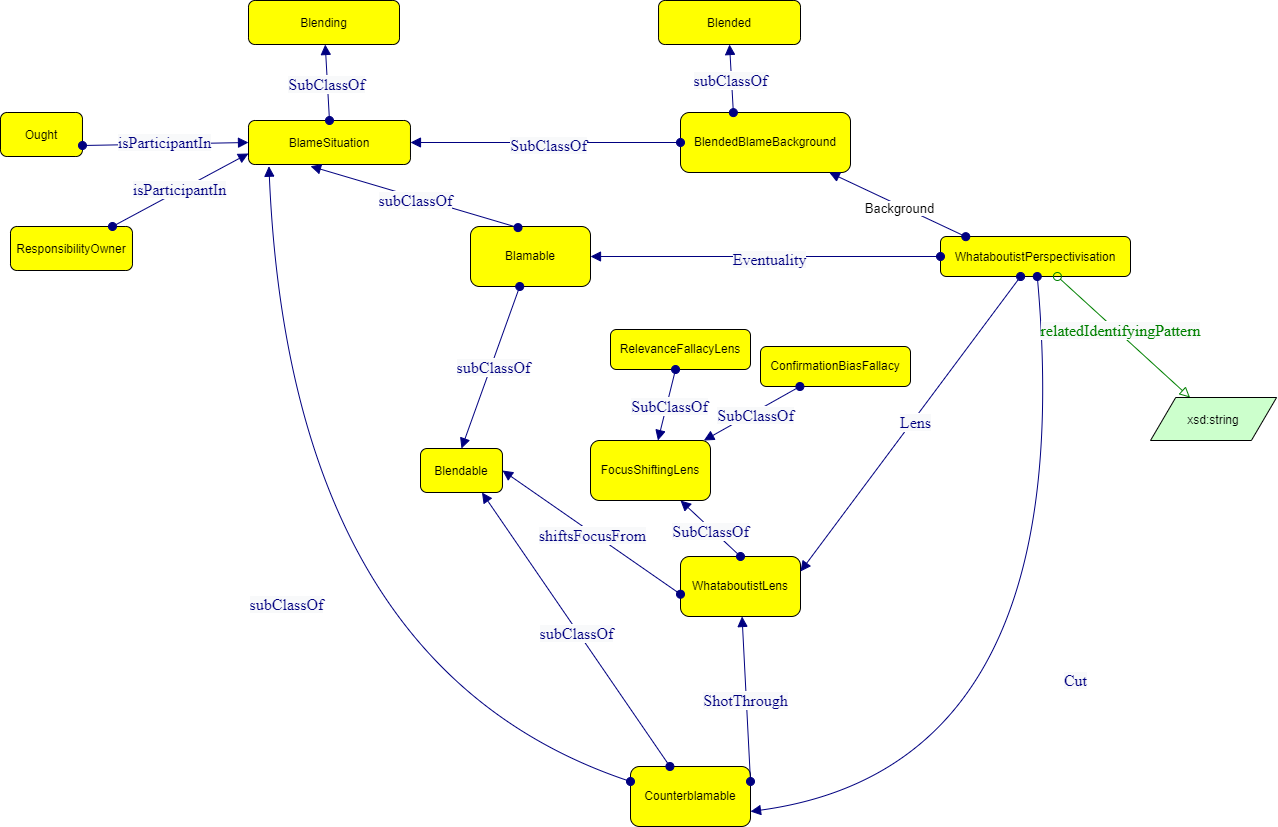
The draw.io diagram ontology_development/whata_ontology_core.drawio.png in Salvadana/whata_ontology, before a commit. Source tidied: cells renumbered, new cells last; positions are measured from the earlier drawing's top-left corner, leaving out a move shared by most shapes.
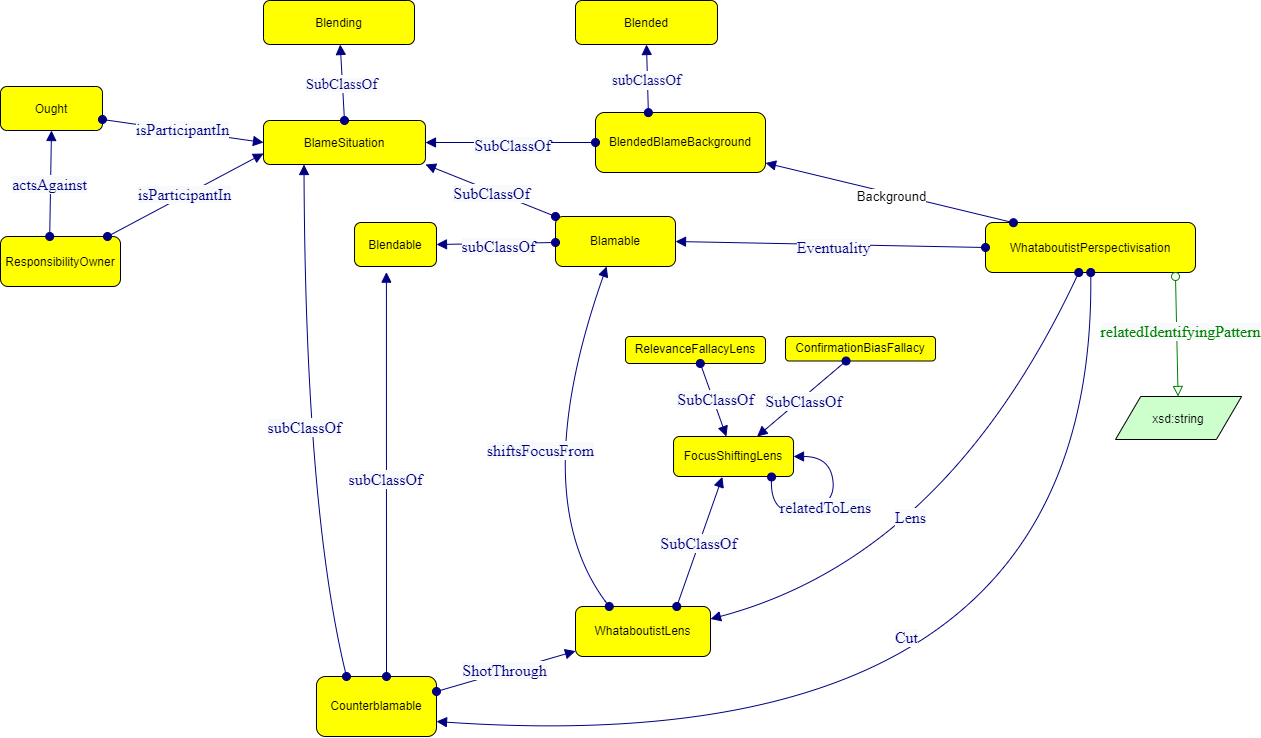
The same file after the commit.

The edit, as a diff of the source:
```diff
@@ -5,6 +5,6 @@
     <mxCell id="2" value="WhataboutistPerspectivisation" style="graphMlID=n4;shape=rect;rounded=1;arcsize=30;fillColor=#ffff00;strokeColor=#000000;strokeWidth=1.0;" parent="1" vertex="1">
-      <mxGeometry x="940" y="236" width="190" height="40" as="geometry" />
+      <mxGeometry x="970" y="222" width="210" height="50" as="geometry" />
     </mxCell>
     <mxCell id="3" value="Counterblamable" style="whiteSpace=wrap;html=1;fillColor=#ffff00;strokeColor=#000000;rounded=1;strokeWidth=1;" parent="1" vertex="1">
-      <mxGeometry x="630" y="766" width="120" height="60" as="geometry" />
+      <mxGeometry x="301" y="676" width="120" height="60" as="geometry" />
     </mxCell>
@@ -17,7 +17,7 @@
     </mxCell>
-    <mxCell id="5" value="&lt;font face=&quot;dialog&quot; color=&quot;#000080&quot;&gt;&lt;span style=&quot;font-size: 16px; background-color: rgb(248, 249, 250);&quot;&gt;Cut&lt;/span&gt;&lt;/font&gt;" style="text;html=1;align=center;verticalAlign=middle;labelBackgroundColor=#ffffff;" parent="4" vertex="1">
-      <mxGeometry x="-0.02" y="2" relative="1" as="geometry" />
+    <mxCell id="5" value="&lt;span style=&quot;color: rgb(0, 0, 128); font-family: dialog; font-size: 16px; background-color: rgb(248, 249, 250);&quot;&gt;Cut&lt;/span&gt;" style="edgeLabel;html=1;align=center;verticalAlign=middle;fontSize=14;" parent="4" vertex="1">
+      <mxGeometry x="0.2" y="-117" relative="1" as="geometry" />
     </mxCell>
     <mxCell id="6" value="Blamable" style="whiteSpace=wrap;html=1;fillColor=#ffff00;strokeColor=#000000;rounded=1;strokeWidth=1;" parent="1" vertex="1">
-      <mxGeometry x="470" y="226" width="120" height="60" as="geometry" />
+      <mxGeometry x="540" y="216" width="120" height="50" as="geometry" />
     </mxCell>
@@ -30,9 +30,13 @@
     <mxCell id="9" value="WhataboutistLens" style="whiteSpace=wrap;html=1;fillColor=#ffff00;strokeColor=#000000;rounded=1;strokeWidth=1;" parent="1" vertex="1">
-      <mxGeometry x="680" y="556" width="120" height="60" as="geometry" />
+      <mxGeometry x="560" y="606" width="135" height="50" as="geometry" />
     </mxCell>
     <mxCell id="10" style="graphMlID=e0;rounded=0;endArrow=block;strokeColor=#000080;strokeWidth=1.0;startArrow=oval;startFill=1;endFill=1;fontSize=12;startSize=8;endSize=8;curved=1;entryX=1;entryY=0.25;entryDx=0;entryDy=0;" parent="1" edge="1" source="2" target="9">
-      <mxGeometry relative="1" as="geometry" />
+      <mxGeometry relative="1" as="geometry">
+        <Array as="points">
+          <mxPoint x="930" y="556" />
+        </Array>
+      </mxGeometry>
     </mxCell>
-    <mxCell id="11" value="&lt;font face=&quot;dialog&quot; color=&quot;#000080&quot;&gt;&lt;span style=&quot;font-size: 16px; background-color: rgb(248, 249, 250);&quot;&gt;Lens&lt;/span&gt;&lt;/font&gt;" style="text;html=1;align=center;verticalAlign=middle;labelBackgroundColor=#ffffff;" parent="10" vertex="1">
-      <mxGeometry x="-0.02" y="2" relative="1" as="geometry" />
+    <mxCell id="11" value="&lt;span style=&quot;color: rgb(0, 0, 128); font-family: dialog; font-size: 16px; background-color: rgb(248, 249, 250);&quot;&gt;Lens&lt;/span&gt;" style="edgeLabel;html=1;align=center;verticalAlign=middle;fontSize=12;" parent="10" vertex="1">
+      <mxGeometry x="0.22" y="-48" relative="1" as="geometry" />
     </mxCell>
@@ -45,3 +49,3 @@
     <mxCell id="14" value="Blendable" style="graphMlID=n4;shape=rect;rounded=1;arcsize=30;fillColor=#ffff00;strokeColor=#000000;strokeWidth=1.0;" parent="1" vertex="1">
-      <mxGeometry x="420" y="448" width="82" height="44" as="geometry" />
+      <mxGeometry x="339" y="222" width="82" height="44" as="geometry" />
     </mxCell>
@@ -51,5 +55,5 @@
     <mxCell id="16" value="BlendedBlameBackground" style="whiteSpace=wrap;html=1;fillColor=#ffff00;strokeColor=#000000;rounded=1;strokeWidth=1;" parent="1" vertex="1">
-      <mxGeometry x="680" y="112" width="170" height="60" as="geometry" />
+      <mxGeometry x="580" y="112" width="170" height="60" as="geometry" />
     </mxCell>
-    <mxCell id="17" style="graphMlID=e0;rounded=0;endArrow=block;strokeColor=#000080;strokeWidth=1.0;startArrow=oval;startFill=1;endFill=1;fontSize=12;startSize=8;endSize=8;curved=1;entryX=0.5;entryY=0;entryDx=0;entryDy=0;" parent="1" edge="1" source="6" target="14">
+    <mxCell id="17" style="graphMlID=e0;rounded=0;endArrow=block;strokeColor=#000080;strokeWidth=1.0;startArrow=oval;startFill=1;endFill=1;fontSize=12;startSize=8;endSize=8;curved=1;entryX=1;entryY=0.5;entryDx=0;entryDy=0;" parent="1" edge="1" source="6" target="14">
       <mxGeometry relative="1" as="geometry" />
@@ -60,3 +64,3 @@
     <mxCell id="19" value="Blended" style="graphMlID=n4;shape=rect;rounded=1;arcsize=30;fillColor=#ffff00;strokeColor=#000000;strokeWidth=1.0;" parent="1" vertex="1">
-      <mxGeometry x="658" width="142" height="44" as="geometry" />
+      <mxGeometry x="560" width="142" height="44" as="geometry" />
     </mxCell>
@@ -65,3 +69,3 @@
     </mxCell>
-    <mxCell id="21" value="&lt;span style=&quot;color: rgb(0 , 0 , 128) ; font-family: &amp;quot;dialog&amp;quot; ; font-size: 16px ; background-color: rgb(248 , 249 , 250)&quot;&gt;subClassOf&lt;/span&gt;" style="text;html=1;align=center;verticalAlign=middle;labelBackgroundColor=#ffffff;" parent="20" vertex="1">
+    <mxCell id="21" value="&lt;span style=&quot;color: rgb(0, 0, 128); font-family: dialog; background-color: rgb(248, 249, 250);&quot;&gt;&lt;font style=&quot;font-size: 15px;&quot;&gt;subClassOf&lt;/font&gt;&lt;/span&gt;" style="text;html=1;align=center;verticalAlign=middle;labelBackgroundColor=#ffffff;fontSize=14;" parent="20" vertex="1">
       <mxGeometry x="-0.02" y="2" relative="1" as="geometry" />
@@ -74,3 +78,3 @@
     </mxCell>
-    <mxCell id="24" value="&lt;span style=&quot;color: rgb(0 , 0 , 128) ; font-family: &amp;quot;dialog&amp;quot; ; font-size: 16px ; background-color: rgb(248 , 249 , 250)&quot;&gt;SubClassOf&lt;/span&gt;" style="text;html=1;align=center;verticalAlign=middle;labelBackgroundColor=#ffffff;" parent="23" vertex="1">
+    <mxCell id="24" value="&lt;span style=&quot;color: rgb(0, 0, 128); font-family: dialog; background-color: rgb(248, 249, 250);&quot;&gt;&lt;font style=&quot;font-size: 15px;&quot;&gt;SubClassOf&lt;/font&gt;&lt;/span&gt;" style="text;html=1;align=center;verticalAlign=middle;labelBackgroundColor=#ffffff;" parent="23" vertex="1">
       <mxGeometry x="-0.02" y="2" relative="1" as="geometry" />
@@ -83,4 +87,8 @@
     </mxCell>
-    <mxCell id="27" style="graphMlID=e0;rounded=0;endArrow=block;strokeColor=#000080;strokeWidth=1.0;startArrow=oval;startFill=1;endFill=1;fontSize=12;startSize=8;endSize=8;curved=1;entryX=0.75;entryY=1;entryDx=0;entryDy=0;" parent="1" edge="1" source="3" target="14">
-      <mxGeometry relative="1" as="geometry" />
+    <mxCell id="27" style="graphMlID=e0;rounded=0;endArrow=block;strokeColor=#000080;strokeWidth=1.0;startArrow=oval;startFill=1;endFill=1;fontSize=12;startSize=8;endSize=8;curved=1;entryX=0.389;entryY=1.128;entryDx=0;entryDy=0;entryPerimeter=0;" parent="1" edge="1" source="3" target="14">
+      <mxGeometry relative="1" as="geometry">
+        <Array as="points">
+          <mxPoint x="371" y="676" />
+        </Array>
+      </mxGeometry>
     </mxCell>
@@ -89,9 +97,3 @@
     </mxCell>
-    <mxCell id="29" style="graphMlID=e0;rounded=0;endArrow=block;strokeColor=#000080;strokeWidth=1.0;startArrow=oval;startFill=1;endFill=1;fontSize=12;startSize=8;endSize=8;curved=1;entryX=0.383;entryY=1.039;entryDx=0;entryDy=0;entryPerimeter=0;exitX=0.396;exitY=0.018;exitDx=0;exitDy=0;exitPerimeter=0;" parent="1" edge="1" source="6" target="15">
-      <mxGeometry relative="1" as="geometry" />
-    </mxCell>
-    <mxCell id="30" value="&lt;span style=&quot;color: rgb(0 , 0 , 128) ; font-family: &amp;quot;dialog&amp;quot; ; font-size: 16px ; background-color: rgb(248 , 249 , 250)&quot;&gt;subClassOf&lt;/span&gt;" style="text;html=1;align=center;verticalAlign=middle;labelBackgroundColor=#ffffff;" parent="29" vertex="1">
-      <mxGeometry x="-0.02" y="2" relative="1" as="geometry" />
-    </mxCell>
-    <mxCell id="31" style="graphMlID=e0;rounded=0;endArrow=block;strokeColor=#000080;strokeWidth=1.0;startArrow=oval;startFill=1;endFill=1;fontSize=12;startSize=8;endSize=8;curved=1;entryX=0.75;entryY=1;entryDx=0;entryDy=0;exitX=0.5;exitY=0;exitDx=0;exitDy=0;" parent="1" edge="1" source="9" target="33">
+    <mxCell id="31" style="graphMlID=e0;rounded=0;endArrow=block;strokeColor=#000080;strokeWidth=1.0;startArrow=oval;startFill=1;endFill=1;fontSize=12;startSize=8;endSize=8;curved=1;entryX=0.407;entryY=1.011;entryDx=0;entryDy=0;exitX=0.75;exitY=0;exitDx=0;exitDy=0;entryPerimeter=0;" parent="1" edge="1" source="9" target="33">
       <mxGeometry relative="1" as="geometry" />
@@ -102,6 +104,6 @@
     <mxCell id="33" value="FocusShiftingLens" style="whiteSpace=wrap;html=1;fillColor=#ffff00;strokeColor=#000000;rounded=1;strokeWidth=1;" parent="1" vertex="1">
-      <mxGeometry x="590" y="440" width="120" height="60" as="geometry" />
+      <mxGeometry x="658" y="436" width="120" height="40" as="geometry" />
     </mxCell>
     <mxCell id="34" value="RelevanceFallacyLens" style="whiteSpace=wrap;html=1;fillColor=#ffff00;strokeColor=#000000;rounded=1;strokeWidth=1;" parent="1" vertex="1">
-      <mxGeometry x="610" y="329" width="140" height="40" as="geometry" />
+      <mxGeometry x="610" y="336" width="140" height="27" as="geometry" />
     </mxCell>
@@ -114,3 +116,3 @@
     <mxCell id="37" value="ConfirmationBiasFallacy" style="whiteSpace=wrap;html=1;fillColor=#ffff00;strokeColor=#000000;rounded=1;strokeWidth=1;" parent="1" vertex="1">
-      <mxGeometry x="760" y="346" width="150" height="40" as="geometry" />
+      <mxGeometry x="770" y="336" width="150" height="24.5" as="geometry" />
     </mxCell>
@@ -128,6 +130,6 @@
     </mxCell>
-    <mxCell id="42" style="graphMlID=e0;rounded=0;endArrow=block;strokeColor=#000080;strokeWidth=1.0;startArrow=oval;startFill=1;endFill=1;fontSize=12;startSize=8;endSize=8;curved=1;entryX=0.126;entryY=1.039;entryDx=0;entryDy=0;exitX=0;exitY=0.25;exitDx=0;exitDy=0;entryPerimeter=0;" parent="1" edge="1" source="3" target="15">
+    <mxCell id="42" style="graphMlID=e0;rounded=0;endArrow=block;strokeColor=#000080;strokeWidth=1.0;startArrow=oval;startFill=1;endFill=1;fontSize=12;startSize=8;endSize=8;curved=1;entryX=0.25;entryY=1;entryDx=0;entryDy=0;exitX=0.25;exitY=0;exitDx=0;exitDy=0;" parent="1" edge="1" source="3" target="15">
       <mxGeometry relative="1" as="geometry">
         <Array as="points">
-          <mxPoint x="290" y="666" />
+          <mxPoint x="290" y="506" />
         </Array>
@@ -138,4 +140,6 @@
     </mxCell>
-    <mxCell id="44" style="graphMlID=e2;rounded=0;endArrow=block;strokeColor=#008000;strokeWidth=1.0;startArrow=oval;startFill=0;endFill=0;fontSize=12;startSize=8;endSize=8;curved=1;" parent="1" edge="1" source="2" target="46">
-      <mxGeometry relative="1" as="geometry" />
+    <mxCell id="44" style="graphMlID=e2;rounded=0;endArrow=block;strokeColor=#008000;strokeWidth=1.0;startArrow=oval;startFill=0;endFill=0;fontSize=12;startSize=8;endSize=8;curved=1;" parent="1" edge="1" target="46">
+      <mxGeometry relative="1" as="geometry">
+        <mxPoint x="1160" y="276" as="sourcePoint" />
+      </mxGeometry>
     </mxCell>
@@ -145,6 +149,10 @@
     <mxCell id="46" value="xsd:string" style="graphMlID=n6;shape=parallelogram;fillColor=#ccffcc;strokeColor=#000000;strokeWidth=1.0;" parent="1" vertex="1">
-      <mxGeometry x="1150" y="397" width="126.1" height="43" as="geometry" />
+      <mxGeometry x="1100" y="396" width="126.1" height="43" as="geometry" />
     </mxCell>
-    <mxCell id="47" style="graphMlID=e0;rounded=0;endArrow=block;strokeColor=#000080;strokeWidth=1.0;startArrow=oval;startFill=1;endFill=1;fontSize=12;startSize=8;endSize=8;curved=1;entryX=1;entryY=0.5;entryDx=0;entryDy=0;exitX=0;exitY=0.629;exitDx=0;exitDy=0;exitPerimeter=0;" parent="1" edge="1" source="9" target="14">
-      <mxGeometry relative="1" as="geometry" />
+    <mxCell id="47" style="graphMlID=e0;rounded=0;endArrow=block;strokeColor=#000080;strokeWidth=1.0;startArrow=oval;startFill=1;endFill=1;fontSize=12;startSize=8;endSize=8;curved=1;exitX=0.25;exitY=0;exitDx=0;exitDy=0;" parent="1" edge="1" source="9" target="6">
+      <mxGeometry relative="1" as="geometry">
+        <Array as="points">
+          <mxPoint x="510" y="496" />
+        </Array>
+      </mxGeometry>
     </mxCell>
@@ -154,6 +162,6 @@
     <mxCell id="49" value="ResponsibilityOwner" style="graphMlID=n4;shape=rect;rounded=1;arcsize=30;fillColor=#ffff00;strokeColor=#000000;strokeWidth=1.0;" parent="1" vertex="1">
-      <mxGeometry x="10" y="226" width="122" height="44" as="geometry" />
+      <mxGeometry x="-15" y="236" width="120" height="50" as="geometry" />
     </mxCell>
     <mxCell id="50" value="Ought" style="graphMlID=n4;shape=rect;rounded=1;arcsize=30;fillColor=#ffff00;strokeColor=#000000;strokeWidth=1.0;" parent="1" vertex="1">
-      <mxGeometry y="112" width="82" height="44" as="geometry" />
+      <mxGeometry x="-15" y="86" width="102" height="44" as="geometry" />
     </mxCell>
@@ -171,2 +179,32 @@
     </mxCell>
+    <mxCell id="55" style="graphMlID=e0;rounded=0;endArrow=block;strokeColor=#000080;strokeWidth=1.0;startArrow=oval;startFill=1;endFill=1;fontSize=12;startSize=8;endSize=8;curved=1;entryX=0.5;entryY=1;entryDx=0;entryDy=0;exitX=0.41;exitY=0;exitDx=0;exitDy=0;exitPerimeter=0;" parent="1" edge="1" source="49" target="50">
+      <mxGeometry relative="1" as="geometry" />
+    </mxCell>
+    <mxCell id="56" value="&lt;span style=&quot;color: rgb(0 , 0 , 128) ; font-family: &amp;quot;dialog&amp;quot; ; font-size: 16px ; background-color: rgb(248 , 249 , 250)&quot;&gt;actsAgainst&lt;/span&gt;" style="text;html=1;align=center;verticalAlign=middle;labelBackgroundColor=#ffffff;" parent="55" vertex="1">
+      <mxGeometry x="-0.02" y="2" relative="1" as="geometry" />
+    </mxCell>
+    <mxCell id="57" style="edgeStyle=none;curved=1;rounded=0;orthogonalLoop=1;jettySize=auto;html=1;exitX=0.75;exitY=1;exitDx=0;exitDy=0;fontSize=12;startSize=8;endSize=8;" parent="1" edge="1" source="33" target="33">
+      <mxGeometry relative="1" as="geometry" />
+    </mxCell>
+    <mxCell id="58" style="edgeStyle=none;curved=1;rounded=0;orthogonalLoop=1;jettySize=auto;html=1;exitX=0.25;exitY=1;exitDx=0;exitDy=0;fontSize=12;startSize=8;endSize=8;" parent="1" edge="1" source="14" target="14">
+      <mxGeometry relative="1" as="geometry" />
+    </mxCell>
+    <mxCell id="59" style="graphMlID=e0;rounded=0;endArrow=block;strokeColor=#000080;strokeWidth=1.0;startArrow=oval;startFill=1;endFill=1;fontSize=12;startSize=8;endSize=8;curved=1;exitX=0.817;exitY=1.012;exitDx=0;exitDy=0;exitPerimeter=0;" parent="1" edge="1" source="33" target="33">
+      <mxGeometry relative="1" as="geometry">
+        <Array as="points">
+          <mxPoint x="755" y="516" />
+          <mxPoint x="820" y="506" />
+          <mxPoint x="815" y="456" />
+        </Array>
+      </mxGeometry>
+    </mxCell>
+    <mxCell id="60" value="&lt;span style=&quot;color: rgb(0 , 0 , 128) ; font-family: &amp;quot;dialog&amp;quot; ; font-size: 16px ; background-color: rgb(248 , 249 , 250)&quot;&gt;relatedToLens&lt;/span&gt;" style="text;html=1;align=center;verticalAlign=middle;labelBackgroundColor=#ffffff;" parent="59" vertex="1">
+      <mxGeometry x="-0.02" y="2" relative="1" as="geometry" />
+    </mxCell>
+    <mxCell id="29" style="graphMlID=e0;rounded=0;endArrow=block;strokeColor=#000080;strokeWidth=1.0;startArrow=oval;startFill=1;endFill=1;fontSize=12;startSize=8;endSize=8;curved=1;entryX=1;entryY=1;entryDx=0;entryDy=0;exitX=0;exitY=0;exitDx=0;exitDy=0;" parent="1" edge="1" source="6" target="15">
+      <mxGeometry relative="1" as="geometry" />
+    </mxCell>
+    <mxCell id="61" value="&lt;span style=&quot;color: rgb(0 , 0 , 128) ; font-family: &amp;quot;dialog&amp;quot; ; font-size: 16px ; background-color: rgb(248 , 249 , 250)&quot;&gt;SubClassOf&lt;/span&gt;" style="text;html=1;align=center;verticalAlign=middle;labelBackgroundColor=#ffffff;" parent="29" vertex="1">
+      <mxGeometry x="-0.02" y="2" relative="1" as="geometry" />
+    </mxCell>
   </root>
```
